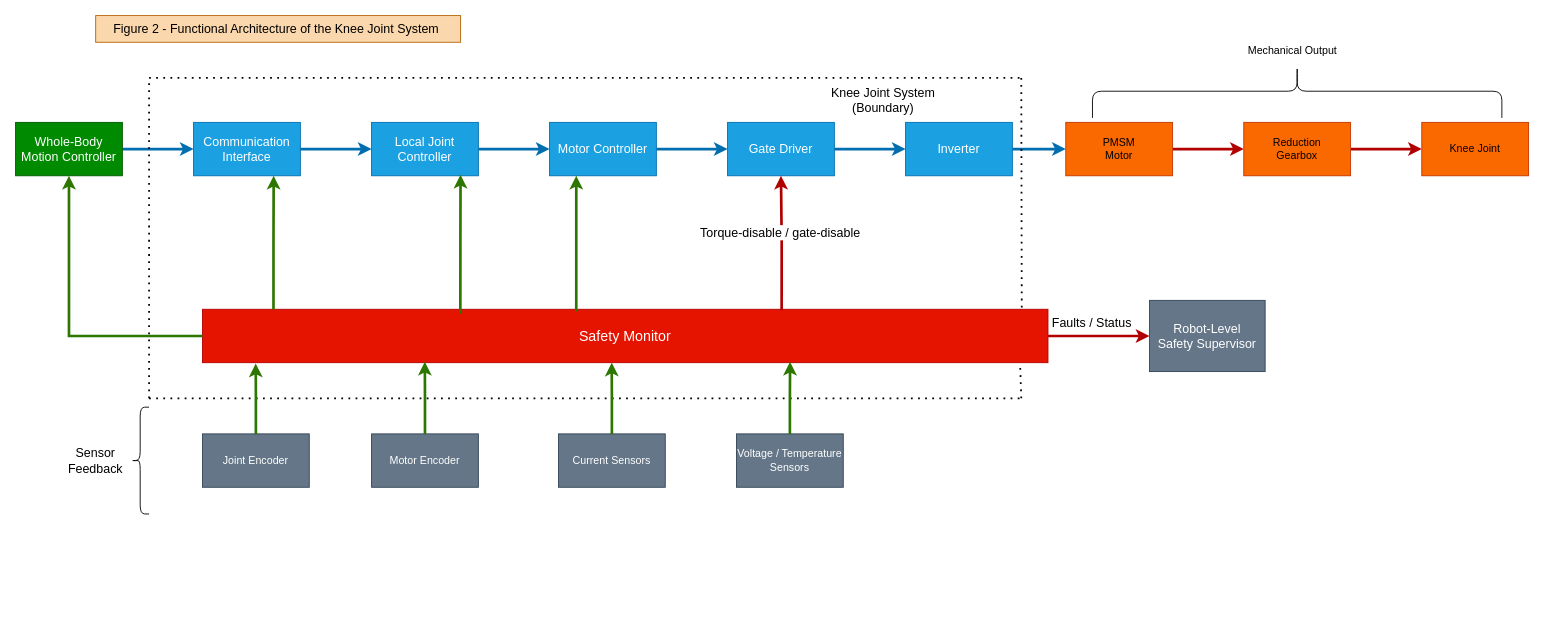
Earlier version of the draw.io diagram page "02_System_Architecture" (2 of 6) of diagrams/Diagrams.drawio (sjois13/humanoid-knee-joint-safety-demonstrator). Source tidied: cells renumbered, new cells numbered last; positions are measured from the earlier drawing's top-left corner, leaving out a move shared by most shapes. Both pictures are drawn from the tidied source at 89%, with x=0, y=0 at pixel (15, -114).
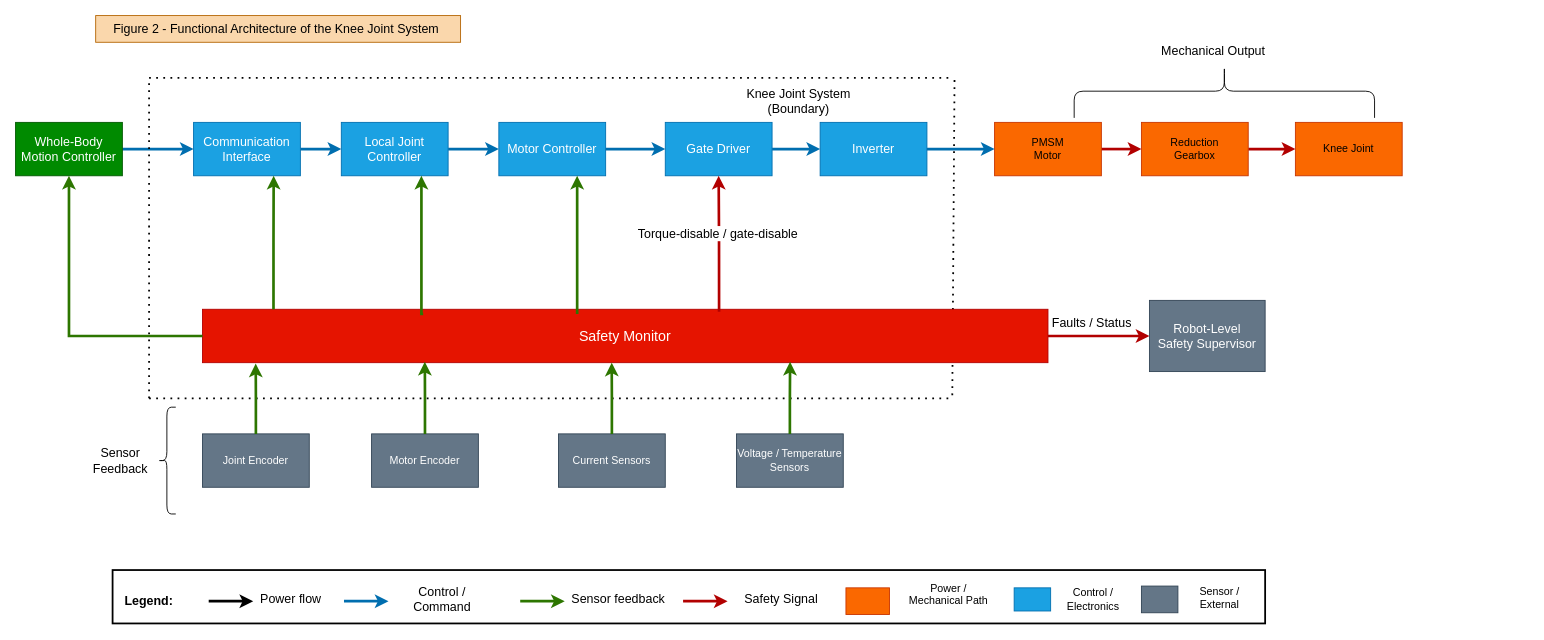
The same page after the edit.

Commit message (it also covers changes not shown here):
Refine system architecture diagram with Legend

The change refers to these unchanged cells:
```xml
<mxCell id="21" value="&lt;font style=&quot;font-size: 16px;&quot;&gt;Safety Monitor&lt;/font&gt;" style="rounded=0;whiteSpace=wrap;html=1;fillColor=#e51400;fontColor=#ffffff;strokeColor=#B20000;" parent="1" vertex="1">
  <mxGeometry x="210" y="475" width="950" height="60" as="geometry" />
</mxCell>
```

The edit, as a diff of the source:
```diff
@@
+    <mxCell id="48" style="endArrow=none;dashed=1;html=1;dashPattern=1 3;strokeWidth=2;rounded=0;" parent="1" edge="1">
+      <mxGeometry relative="1" as="geometry">
+        <mxPoint x="1052.5" y="571.5" as="sourcePoint" />
+        <mxPoint x="1055" y="216.5" as="targetPoint" />
+      </mxGeometry>
+    </mxCell>
+    <mxCell id="49" style="rounded=0;whiteSpace=wrap;html=1;strokeWidth=2;" parent="1" vertex="1">
+      <mxGeometry x="109" y="768" width="1295" height="60" as="geometry" />
+    </mxCell>
@@
     <mxCell id="7" value="&lt;font style=&quot;font-size: 14px;&quot;&gt;Local Joint Controller&lt;/font&gt;" style="rounded=0;whiteSpace=wrap;html=1;fillColor=#1ba1e2;fontColor=#ffffff;strokeColor=#006EAF;" parent="1" vertex="1">
-      <mxGeometry x="400" y="265" width="120" height="60" as="geometry" />
+      <mxGeometry x="366" y="265" width="120" height="60" as="geometry" />
     </mxCell>
@@
     <mxCell id="9" value="&lt;font style=&quot;font-size: 14px;&quot;&gt;Motor Controller&lt;/font&gt;" style="whiteSpace=wrap;html=1;fillColor=#1ba1e2;strokeColor=#006EAF;fontColor=#ffffff;rounded=0;" parent="1" vertex="1">
-      <mxGeometry x="600" y="265" width="120" height="60" as="geometry" />
+      <mxGeometry x="543" y="265" width="120" height="60" as="geometry" />
     </mxCell>
@@
     <mxCell id="11" value="&lt;font style=&quot;font-size: 14px;&quot;&gt;Gate Driver&lt;/font&gt;" style="whiteSpace=wrap;html=1;fillColor=#1ba1e2;strokeColor=#006EAF;fontColor=#ffffff;rounded=0;" parent="1" vertex="1">
-      <mxGeometry x="800" y="265" width="120" height="60" as="geometry" />
+      <mxGeometry x="730" y="265" width="120" height="60" as="geometry" />
     </mxCell>
     <mxCell id="12" value="&lt;font style=&quot;font-size: 14px;&quot;&gt;Inverter&lt;/font&gt;" style="whiteSpace=wrap;html=1;fillColor=#1ba1e2;strokeColor=#006EAF;fontColor=#ffffff;rounded=0;" parent="1" vertex="1">
-      <mxGeometry x="1000" y="265" width="120" height="60" as="geometry" />
+      <mxGeometry x="904" y="265" width="120" height="60" as="geometry" />
     </mxCell>
@@
     <mxCell id="14" value="PMSM&lt;div&gt;Motor&lt;/div&gt;" style="rounded=0;whiteSpace=wrap;html=1;fillColor=#fa6800;fontColor=#000000;strokeColor=#C73500;" parent="1" vertex="1">
-      <mxGeometry x="1180" y="265" width="120" height="60" as="geometry" />
+      <mxGeometry x="1100" y="265" width="120" height="60" as="geometry" />
     </mxCell>
@@
     <mxCell id="16" value="Reduction&lt;div&gt;Gearbox&lt;/div&gt;" style="rounded=0;whiteSpace=wrap;html=1;fillColor=#fa6800;fontColor=#000000;strokeColor=#C73500;" parent="1" vertex="1">
-      <mxGeometry x="1380" y="265" width="120" height="60" as="geometry" />
+      <mxGeometry x="1265" y="265" width="120" height="60" as="geometry" />
     </mxCell>
     <mxCell id="17" value="Knee Joint" style="rounded=0;whiteSpace=wrap;html=1;fillColor=#fa6800;fontColor=#000000;strokeColor=#C73500;" parent="1" vertex="1">
-      <mxGeometry x="1580" y="265" width="120" height="60" as="geometry" />
+      <mxGeometry x="1438" y="265" width="120" height="60" as="geometry" />
     </mxCell>
@@
     <mxCell id="26" style="endArrow=none;dashed=1;html=1;dashPattern=1 3;strokeWidth=2;rounded=0;" parent="1" edge="1">
       <mxGeometry relative="1" as="geometry">
         <mxPoint x="150" y="575" as="sourcePoint" />
-        <mxPoint x="1130" y="575" as="targetPoint" />
+        <mxPoint x="1051.2" y="575" as="targetPoint" />
       </mxGeometry>
     </mxCell>
@@
     <mxCell id="28" style="endArrow=none;dashed=1;html=1;dashPattern=1 3;strokeWidth=2;rounded=0;" parent="1" edge="1">
       <mxGeometry relative="1" as="geometry">
         <mxPoint x="150" y="215" as="sourcePoint" />
-        <mxPoint x="1130" y="215" as="targetPoint" />
+        <mxPoint x="1053.8" y="215" as="targetPoint" />
       </mxGeometry>
     </mxCell>
-    <mxCell id="29" style="endArrow=none;dashed=1;html=1;dashPattern=1 3;strokeWidth=2;rounded=0;exitX=0.969;exitY=-0.033;exitDx=0;exitDy=0;exitPerimeter=0;" parent="1" edge="1" source="21">
-      <mxGeometry relative="1" as="geometry">
-        <mxPoint x="1130" y="215" as="targetPoint" />
-      </mxGeometry>
-    </mxCell>
-    <mxCell id="30" style="endArrow=none;dashed=1;html=1;dashPattern=1 3;strokeWidth=2;rounded=0;entryX=0.967;entryY=1.017;entryDx=0;entryDy=0;entryPerimeter=0;" parent="1" edge="1" target="21">
-      <mxGeometry relative="1" as="geometry">
-        <mxPoint x="1130" y="575" as="sourcePoint" />
-      </mxGeometry>
-    </mxCell>
     <mxCell id="31" value="&lt;font style=&quot;font-size: 14px;&quot;&gt;Knee Joint System (Boundary)&lt;/font&gt;" style="text;html=1;whiteSpace=wrap;strokeColor=none;fillColor=none;align=center;verticalAlign=middle;rounded=0;" parent="1" vertex="1">
-      <mxGeometry x="880" y="225" width="190" height="30" as="geometry" />
+      <mxGeometry x="785" y="226" width="190" height="30" as="geometry" />
     </mxCell>
     <mxCell id="32" style="shape=curlyBracket;whiteSpace=wrap;html=1;rounded=1;labelPosition=left;verticalLabelPosition=middle;align=right;verticalAlign=middle;" parent="1" vertex="1">
-      <mxGeometry x="130" y="585" width="20" height="120" as="geometry" />
+      <mxGeometry x="160" y="585" width="20" height="120" as="geometry" />
     </mxCell>
     <mxCell id="33" value="&lt;font style=&quot;font-size: 14px;&quot;&gt;Sensor Feedback&lt;/font&gt;" style="text;html=1;whiteSpace=wrap;strokeColor=none;fillColor=none;align=center;verticalAlign=middle;rounded=0;" parent="1" vertex="1">
-      <mxGeometry x="60" y="630" width="60" height="30" as="geometry" />
+      <mxGeometry x="88" y="630" width="60" height="30" as="geometry" />
     </mxCell>
     <mxCell id="34" style="shape=curlyBracket;whiteSpace=wrap;html=1;rounded=1;labelPosition=left;verticalLabelPosition=middle;align=right;verticalAlign=middle;rotation=90;" parent="1" vertex="1">
-      <mxGeometry x="1410" width="60" height="460" as="geometry" />
+      <mxGeometry x="1328.2" y="61.2" width="60" height="337.5" as="geometry" />
     </mxCell>
-    <mxCell id="35" value="Mechanical Output" style="text;html=1;whiteSpace=wrap;strokeColor=none;fillColor=none;align=center;verticalAlign=middle;rounded=0;" parent="1" vertex="1">
-      <mxGeometry x="1340" y="170" width="190" height="30" as="geometry" />
+    <mxCell id="35" value="&lt;font style=&quot;font-size: 14px;&quot;&gt;Mechanical Output&lt;/font&gt;" style="text;html=1;whiteSpace=wrap;strokeColor=none;fillColor=none;align=center;verticalAlign=middle;rounded=0;" parent="1" vertex="1">
+      <mxGeometry x="1251" y="170" width="190" height="30" as="geometry" />
     </mxCell>
@@
-    <mxCell id="41" style="edgeStyle=orthogonalEdgeStyle;rounded=0;jettySize=auto;html=1;exitX=0.685;exitY=0.017;exitDx=0;exitDy=0;exitPerimeter=0;strokeWidth=3;strokeColor=#B20000;fillColor=#e51400;" parent="1" edge="1" source="21" target="11">
+    <mxCell id="41" style="edgeStyle=orthogonalEdgeStyle;rounded=0;jettySize=auto;html=1;exitX=0.611;exitY=0.046;exitDx=0;exitDy=0;exitPerimeter=0;strokeWidth=3;strokeColor=#B20000;fillColor=#e51400;" parent="1" edge="1" source="21" target="11">
       <mxGeometry relative="1" as="geometry" />
     </mxCell>
@@
-    <mxCell id="44" style="edgeStyle=orthogonalEdgeStyle;rounded=0;jettySize=auto;html=1;entryX=0.833;entryY=0.983;entryDx=0;entryDy=0;entryPerimeter=0;strokeWidth=3;strokeColor=#2D7600;fillColor=#60a917;exitX=0.305;exitY=0.083;exitDx=0;exitDy=0;exitPerimeter=0;" parent="1" edge="1" source="21" target="7">
-      <mxGeometry relative="1" as="geometry" />
+    <mxCell id="44" style="edgeStyle=orthogonalEdgeStyle;rounded=0;jettySize=auto;html=1;entryX=0.75;entryY=1;entryDx=0;entryDy=0;strokeWidth=3;strokeColor=#2D7600;fillColor=#60a917;exitX=0.261;exitY=0.088;exitDx=0;exitDy=0;exitPerimeter=0;" parent="1" edge="1" source="21" target="7">
+      <mxGeometry relative="1" as="geometry">
+        <Array as="points">
+          <mxPoint x="456" y="480.2" />
+        </Array>
+      </mxGeometry>
     </mxCell>
-    <mxCell id="45" style="edgeStyle=orthogonalEdgeStyle;rounded=0;jettySize=auto;html=1;entryX=0.25;entryY=1;entryDx=0;entryDy=0;strokeWidth=3;strokeColor=#2D7600;fillColor=#60a917;exitX=0.441;exitY=0.017;exitDx=0;exitDy=0;exitPerimeter=0;" parent="1" edge="1" source="21" target="9">
-      <mxGeometry relative="1" as="geometry">
-        <Array as="points">
-          <mxPoint x="630" y="476" />
-        </Array>
-      </mxGeometry>
-    </mxCell>
@@
+    <mxCell id="50" style="endArrow=classic;html=1;rounded=0;strokeWidth=3;fontSize=14;" parent="1" edge="1">
+      <mxGeometry relative="1" as="geometry">
+        <mxPoint x="217" y="803" as="sourcePoint" />
+        <mxPoint x="267" y="803" as="targetPoint" />
+      </mxGeometry>
+    </mxCell>
+    <mxCell id="51" value="Power flow" style="text;html=1;whiteSpace=wrap;strokeColor=none;fillColor=none;align=center;verticalAlign=middle;rounded=0;fontSize=14;" parent="1" vertex="1">
+      <mxGeometry x="272" y="788" width="75" height="26" as="geometry" />
+    </mxCell>
+    <mxCell id="52" style="endArrow=classic;html=1;rounded=0;strokeWidth=3;fillColor=#1ba1e2;strokeColor=#006EAF;fontSize=14;" parent="1" edge="1">
+      <mxGeometry relative="1" as="geometry">
+        <mxPoint x="369" y="803" as="sourcePoint" />
+        <mxPoint x="419" y="803" as="targetPoint" />
+      </mxGeometry>
+    </mxCell>
+    <mxCell id="53" value="Control / Command" style="text;html=1;whiteSpace=wrap;strokeColor=none;fillColor=none;align=center;verticalAlign=middle;rounded=0;fontSize=14;" parent="1" vertex="1">
+      <mxGeometry x="424" y="788" width="111" height="26" as="geometry" />
+    </mxCell>
+    <mxCell id="54" style="endArrow=classic;html=1;rounded=0;strokeWidth=3;fillColor=#60a917;strokeColor=#2D7600;fontSize=14;" parent="1" edge="1">
+      <mxGeometry relative="1" as="geometry">
+        <mxPoint x="567" y="803" as="sourcePoint" />
+        <mxPoint x="617" y="803" as="targetPoint" />
+      </mxGeometry>
+    </mxCell>
+    <mxCell id="55" value="Sensor feedback" style="text;html=1;whiteSpace=wrap;strokeColor=none;fillColor=none;align=center;verticalAlign=middle;rounded=0;fontSize=14;" parent="1" vertex="1">
+      <mxGeometry x="622" y="788" width="111" height="26" as="geometry" />
+    </mxCell>
+    <mxCell id="56" style="endArrow=classic;html=1;rounded=0;strokeWidth=3;fillColor=#e51400;strokeColor=#B20000;fontSize=14;" parent="1" edge="1">
+      <mxGeometry relative="1" as="geometry">
+        <mxPoint x="750" y="803" as="sourcePoint" />
+        <mxPoint x="800" y="803" as="targetPoint" />
+      </mxGeometry>
+    </mxCell>
+    <mxCell id="57" value="Safety Signal" style="text;html=1;whiteSpace=wrap;strokeColor=none;fillColor=none;align=center;verticalAlign=middle;rounded=0;fontSize=14;" parent="1" vertex="1">
+      <mxGeometry x="805" y="788" width="111" height="26" as="geometry" />
+    </mxCell>
+    <mxCell id="58" value="&lt;b&gt;Legend:&lt;/b&gt;" style="text;html=1;whiteSpace=wrap;strokeColor=none;fillColor=none;align=center;verticalAlign=middle;rounded=0;fontSize=14;" parent="1" vertex="1">
+      <mxGeometry x="120" y="788" width="60" height="30" as="geometry" />
+    </mxCell>
+    <mxCell id="59" style="rounded=0;whiteSpace=wrap;html=1;fillColor=#fa6800;fontColor=#000000;strokeColor=#C73500;" parent="1" vertex="1">
+      <mxGeometry x="933" y="788" width="49" height="30" as="geometry" />
+    </mxCell>
+    <mxCell id="60" value="Power / Mechanical Path&lt;div&gt;&lt;br&gt;&lt;/div&gt;" style="text;html=1;whiteSpace=wrap;strokeColor=none;fillColor=none;align=center;verticalAlign=middle;rounded=0;" parent="1" vertex="1">
+      <mxGeometry x="997" y="788" width="103" height="30" as="geometry" />
+    </mxCell>
+    <mxCell id="61" style="edgeStyle=orthogonalEdgeStyle;rounded=0;orthogonalLoop=1;jettySize=auto;html=1;entryX=0.75;entryY=1;entryDx=0;entryDy=0;strokeWidth=3;strokeColor=#2D7600;fillColor=#60a917;" parent="1" edge="1">
+      <mxGeometry relative="1" as="geometry">
+        <mxPoint x="631" y="476.5" as="sourcePoint" />
+        <mxPoint x="631" y="325" as="targetPoint" />
+        <Array as="points">
+          <mxPoint x="631" y="480.2" />
+        </Array>
+      </mxGeometry>
+    </mxCell>
+    <mxCell id="62" style="whiteSpace=wrap;html=1;fillColor=#1ba1e2;strokeColor=#006EAF;fontColor=#ffffff;rounded=0;" parent="1" vertex="1">
+      <mxGeometry x="1122" y="788" width="41" height="26" as="geometry" />
+    </mxCell>
+    <mxCell id="63" value="Control / Electronics" style="text;html=1;whiteSpace=wrap;strokeColor=none;fillColor=none;align=center;verticalAlign=middle;rounded=0;" parent="1" vertex="1">
+      <mxGeometry x="1181" y="786" width="60" height="30" as="geometry" />
+    </mxCell>
+    <mxCell id="64" style="rounded=0;whiteSpace=wrap;html=1;fillColor=#647687;fontColor=#ffffff;strokeColor=#314354;" parent="1" vertex="1">
+      <mxGeometry x="1265" y="786" width="41" height="30" as="geometry" />
+    </mxCell>
+    <mxCell id="65" value="Sensor / External" style="text;html=1;whiteSpace=wrap;strokeColor=none;fillColor=none;align=center;verticalAlign=middle;rounded=0;" parent="1" vertex="1">
+      <mxGeometry x="1323" y="784" width="60" height="30" as="geometry" />
+    </mxCell>
```
